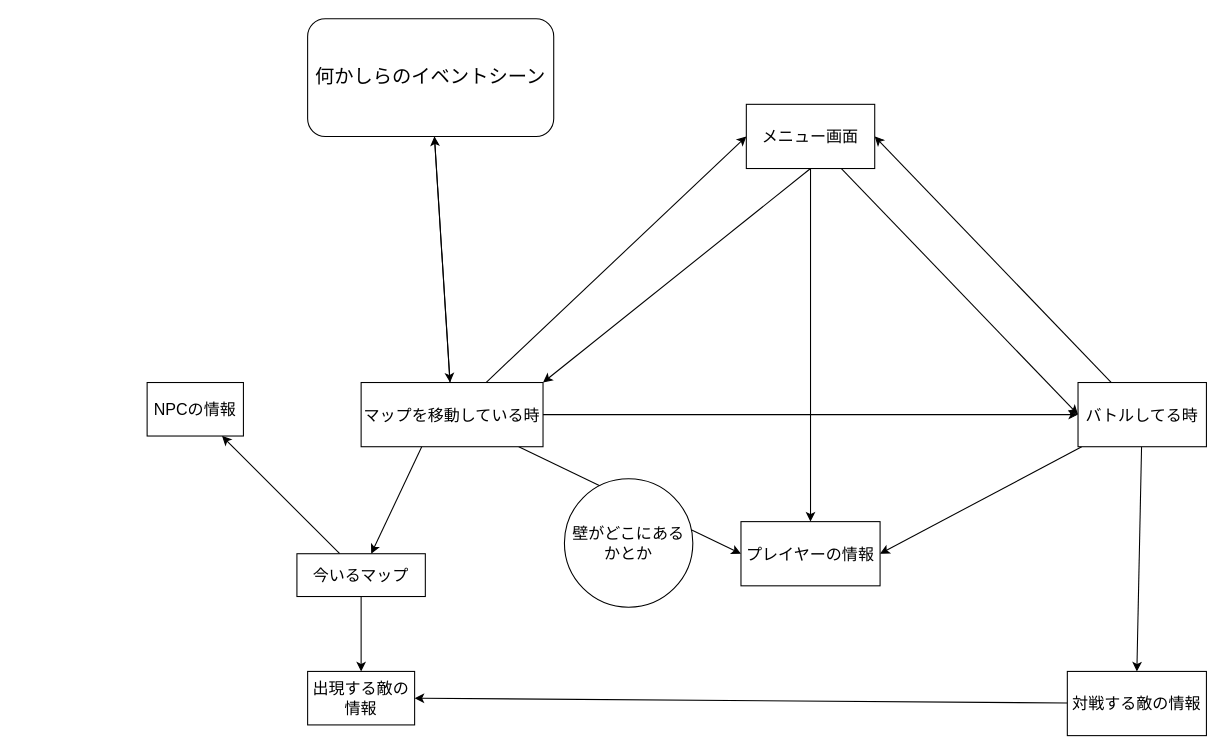
Earlier version of the draw.io diagram design.dio (hk-p114514/gohanRPG). Source tidied: cells renumbered, new cells numbered last; positions are measured from the earlier drawing's top-left corner, leaving out a move shared by most shapes. Both pictures are drawn from the tidied source at 107%, with x=0, y=0 at pixel (147, 18).
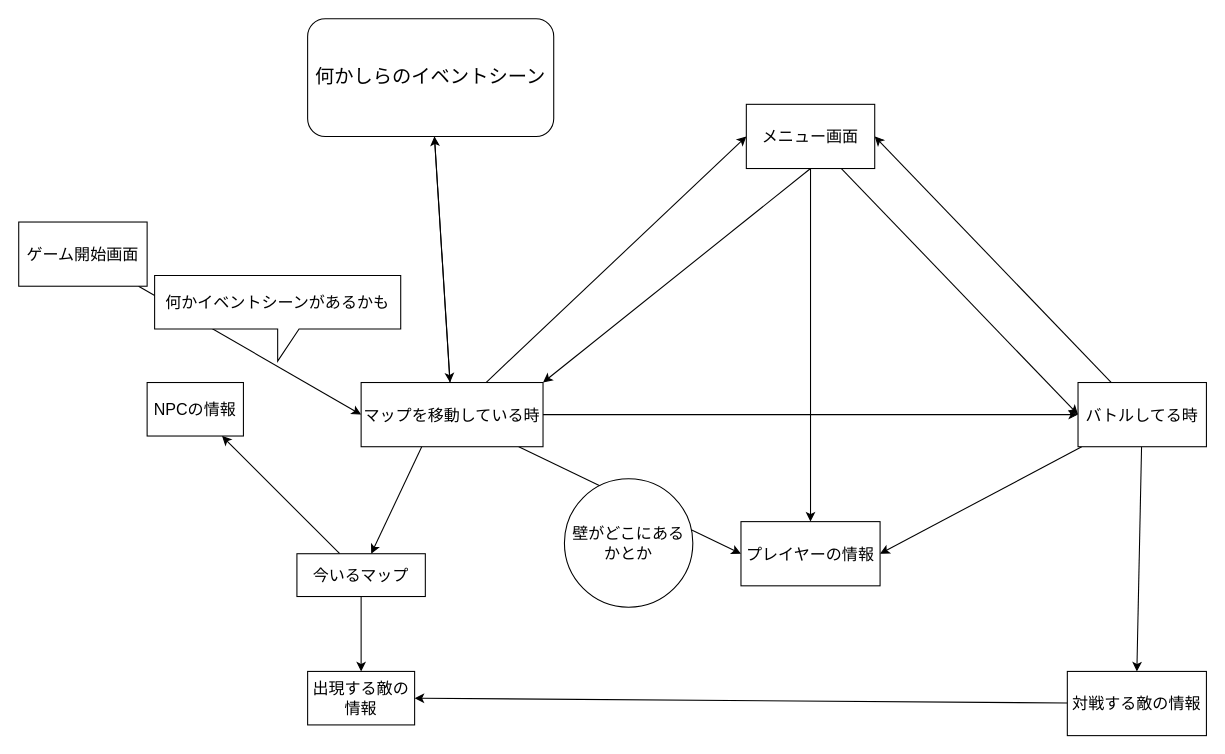
The same diagram, later.

Commit message:
ゲームの構成案を修正

The change refers to these unchanged cells:
```xml
<mxCell id="13" value="マップを移動している時" style="rounded=0;whiteSpace=wrap;html=1;strokeWidth=1;fontSize=15;" parent="1" vertex="1">
  <mxGeometry x="200" y="340" width="170" height="60" as="geometry" />
</mxCell>
```

Change to the diagram source:
```diff
@@
+    <mxCell id="27" style="edgeStyle=none;html=1;entryX=0;entryY=0.5;entryDx=0;entryDy=0;fontSize=15;" parent="1" edge="1" source="28" target="13">
+      <mxGeometry relative="1" as="geometry" />
+    </mxCell>
+    <mxCell id="28" value="ゲーム開始画面" style="rounded=0;whiteSpace=wrap;html=1;fontSize=15;" parent="1" vertex="1">
+      <mxGeometry x="-120" y="190" width="120" height="60" as="geometry" />
+    </mxCell>
+    <mxCell id="29" value="何かイベントシーンがあるかも" style="shape=callout;whiteSpace=wrap;html=1;perimeter=calloutPerimeter;fontSize=15;" parent="1" vertex="1">
+      <mxGeometry x="7" y="240" width="230" height="80" as="geometry" />
+    </mxCell>
```
